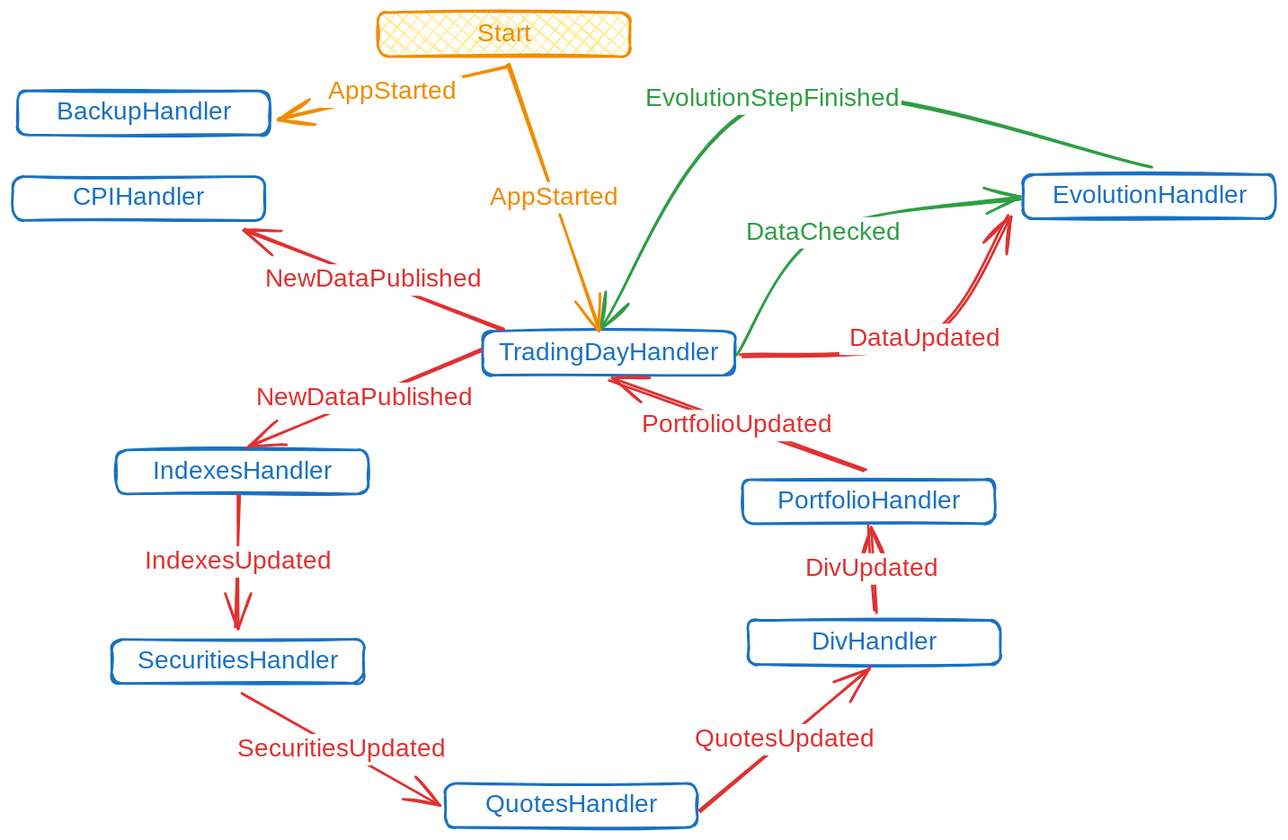
Before: docs/.excalidraw.svg, a diagram exported from Excalidraw (WLM1ke/poptimizer). Source tidied: one line per element, renumbered; positions are measured from the earlier drawing's top-left corner, leaving out a move shared by most shapes. Its diagram source:
```json
{"id": 0, "type": "rectangle", "strokeColor": "#1971c2", "strokeWidth": 2, "roughness": 1, "round": true, "x": 374, "y": 253, "width": 200, "height": 35}
{"id": 1, "type": "text", "text": "TradingDayHandler", "strokeColor": "#1971c2", "strokeWidth": 2, "roughness": 1, "fontSize": 20, "fontFamily": 1, "textAlign": "center", "verticalAlign": "middle", "inside": 0, "x": 383, "y": 258, "width": 181, "height": 25}
{"id": 2, "type": "rectangle", "strokeColor": "#1971c2", "strokeWidth": 2, "roughness": 1, "round": true, "x": 803, "y": 129, "width": 200, "height": 35}
{"id": 3, "type": "text", "text": "EvolutionHandler", "strokeColor": "#1971c2", "strokeWidth": 2, "roughness": 1, "fontSize": 20, "fontFamily": 1, "textAlign": "center", "verticalAlign": "middle", "inside": 2, "x": 825, "y": 134, "width": 158, "height": 25}
{"id": 4, "type": "arrow", "strokeColor": "#2f9e44", "strokeWidth": 2, "roughness": 1, "endArrowhead": "arrow", "round": true, "from": 0, "to": 2, "x": 577, "y": 271, "width": 223, "height": 123, "points": [[0, 0], [67, -96], [223, -123]]}
{"id": 5, "type": "text", "text": "DataChecked", "strokeColor": "#2f9e44", "strokeWidth": 2, "roughness": 1, "fontSize": 20, "fontFamily": 1, "textAlign": "center", "verticalAlign": "middle", "inside": 4, "x": 626, "y": 197, "width": 129, "height": 25}
{"id": 6, "type": "rectangle", "strokeColor": "#1971c2", "strokeWidth": 2, "roughness": 1, "round": true, "x": 0, "y": 130, "width": 200, "height": 35}
{"id": 7, "type": "text", "text": "CPIHandler", "strokeColor": "#1971c2", "strokeWidth": 2, "roughness": 1, "fontSize": 20, "fontFamily": 1, "textAlign": "center", "verticalAlign": "middle", "inside": 6, "x": 47, "y": 135, "width": 107, "height": 25}
{"id": 8, "type": "arrow", "strokeColor": "#e03131", "strokeWidth": 2, "roughness": 1, "endArrowhead": "arrow", "round": true, "from": 0, "to": 6, "x": 389, "y": 252, "width": 204, "height": 79, "points": [[0, 0], [-204, -79]]}
{"id": 9, "type": "text", "text": "NewDataPublished", "strokeColor": "#e03131", "strokeWidth": 2, "roughness": 1, "fontSize": 20, "fontFamily": 1, "textAlign": "center", "verticalAlign": "middle", "inside": 8, "x": 216, "y": 202, "width": 177, "height": 25}
{"id": 10, "type": "arrow", "strokeColor": "#e03131", "strokeWidth": 2, "roughness": 1, "endArrowhead": "arrow", "round": true, "from": 0, "to": 2, "x": 579, "y": 273, "width": 214, "height": 112, "points": [[0, 0], [147, -13], [214, -112]]}
{"id": 11, "type": "text", "text": "DataUpdated", "strokeColor": "#e03131", "strokeWidth": 2, "roughness": 1, "fontSize": 20, "fontFamily": 1, "textAlign": "center", "verticalAlign": "middle", "inside": 10, "x": 657, "y": 247, "width": 136, "height": 25}
{"id": 12, "type": "arrow", "strokeColor": "#2f9e44", "strokeWidth": 2, "roughness": 1, "endArrowhead": "arrow", "round": true, "from": 2, "to": 0, "x": 904, "y": 122, "width": 436, "height": 181, "points": [[0, 0], [-300, -53], [-436, 128]]}
{"id": 13, "type": "text", "text": "EvolutionStepFinished", "strokeColor": "#2f9e44", "strokeWidth": 2, "roughness": 1, "fontSize": 20, "fontFamily": 1, "textAlign": "center", "verticalAlign": "middle", "inside": 12, "x": 502, "y": 56, "width": 205, "height": 25}
{"id": 14, "type": "rectangle", "strokeColor": "#1971c2", "strokeWidth": 2, "roughness": 1, "round": true, "x": 82, "y": 348, "width": 200, "height": 35}
{"id": 15, "type": "text", "text": "IndexesHandler", "strokeColor": "#1971c2", "strokeWidth": 2, "roughness": 1, "fontSize": 20, "fontFamily": 1, "textAlign": "center", "verticalAlign": "middle", "inside": 14, "x": 110, "y": 353, "width": 145, "height": 25}
{"id": 16, "type": "arrow", "strokeColor": "#e03131", "strokeWidth": 2, "roughness": 1, "endArrowhead": "arrow", "round": true, "from": 0, "to": 14, "x": 372, "y": 268, "width": 186, "height": 77, "points": [[0, 0], [-186, 77]]}
{"id": 17, "type": "text", "text": "NewDataPublished", "strokeColor": "#e03131", "strokeWidth": 2, "roughness": 1, "fontSize": 20, "fontFamily": 1, "textAlign": "center", "verticalAlign": "middle", "inside": 16, "x": 191, "y": 294, "width": 177, "height": 25}
{"id": 18, "type": "rectangle", "strokeColor": "#1971c2", "strokeWidth": 2, "roughness": 1, "round": true, "x": 79, "y": 498, "width": 200, "height": 35}
{"id": 19, "type": "text", "text": "SecuritiesHandler", "strokeColor": "#1971c2", "strokeWidth": 2, "roughness": 1, "fontSize": 20, "fontFamily": 1, "textAlign": "center", "verticalAlign": "middle", "inside": 18, "x": 96, "y": 503, "width": 165, "height": 25}
{"id": 20, "type": "arrow", "strokeColor": "#e03131", "strokeWidth": 2, "roughness": 1, "endArrowhead": "arrow", "round": true, "from": 14, "to": 18, "x": 181, "y": 385, "width": 3, "height": 104, "points": [[0, 0], [-3, 104]]}
{"id": 21, "type": "text", "text": "IndexesUpdated", "strokeColor": "#e03131", "strokeWidth": 2, "roughness": 1, "fontSize": 20, "fontFamily": 1, "textAlign": "center", "verticalAlign": "middle", "inside": 20, "x": 100, "y": 424, "width": 158, "height": 25}
{"id": 22, "type": "rectangle", "strokeColor": "#1971c2", "strokeWidth": 2, "roughness": 1, "round": true, "x": 344, "y": 613, "width": 200, "height": 35}
{"id": 23, "type": "text", "text": "QuotesHandler", "strokeColor": "#1971c2", "strokeWidth": 2, "roughness": 1, "fontSize": 20, "fontFamily": 1, "textAlign": "center", "verticalAlign": "middle", "inside": 22, "x": 374, "y": 618, "width": 140, "height": 25}
{"id": 24, "type": "arrow", "strokeColor": "#e03131", "strokeWidth": 2, "roughness": 1, "endArrowhead": "arrow", "round": true, "from": 18, "to": 22, "x": 184, "y": 542, "width": 155, "height": 87, "points": [[0, 0], [155, 87]]}
{"id": 25, "type": "text", "text": "SecuritiesUpdated", "strokeColor": "#e03131", "strokeWidth": 2, "roughness": 1, "fontSize": 20, "fontFamily": 1, "textAlign": "center", "verticalAlign": "middle", "inside": 24, "x": 241, "y": 520, "width": 177, "height": 25}
{"id": 26, "type": "rectangle", "strokeColor": "#1971c2", "strokeWidth": 2, "roughness": 1, "round": true, "x": 4, "y": 62, "width": 200, "height": 35}
{"id": 27, "type": "text", "text": "BackupHandler", "strokeColor": "#1971c2", "strokeWidth": 2, "roughness": 1, "fontSize": 20, "fontFamily": 1, "textAlign": "center", "verticalAlign": "middle", "inside": 26, "x": 35, "y": 67, "width": 139, "height": 25}
{"id": 28, "type": "rectangle", "strokeColor": "#f08c00", "backgroundColor": "#ffec99", "fillStyle": "cross-hatch", "strokeWidth": 2, "roughness": 1, "round": true, "x": 290, "y": 0, "width": 200, "height": 35}
{"id": 29, "type": "text", "text": "Start", "strokeColor": "#f08c00", "strokeWidth": 2, "roughness": 1, "fontSize": 20, "fontFamily": 1, "textAlign": "center", "verticalAlign": "middle", "inside": 28, "x": 362, "y": 5, "width": 57, "height": 25}
{"id": 30, "type": "arrow", "strokeColor": "#f08c00", "strokeWidth": 2, "roughness": 1, "endArrowhead": "arrow", "round": true, "from": 28, "x": 394, "y": 41, "width": 73, "height": 212, "points": [[0, 0], [73, 212]]}
{"id": 31, "type": "text", "text": "AppStarted", "strokeColor": "#f08c00", "strokeWidth": 2, "roughness": 1, "fontSize": 20, "fontFamily": 1, "textAlign": "center", "verticalAlign": "middle", "inside": 30, "x": 374, "y": 135, "width": 112, "height": 25}
{"id": 32, "type": "arrow", "strokeColor": "#f08c00", "strokeWidth": 2, "roughness": 1, "endArrowhead": "arrow", "round": true, "from": 28, "to": 26, "x": 393, "y": 42, "width": 182, "height": 42, "points": [[0, 0], [-182, 42]]}
{"id": 33, "type": "text", "text": "AppStarted", "strokeColor": "#f08c00", "strokeWidth": 2, "roughness": 1, "fontSize": 20, "fontFamily": 1, "textAlign": "center", "verticalAlign": "middle", "inside": 32, "x": 262, "y": 47, "width": 112, "height": 25}
{"id": 34, "type": "rectangle", "strokeColor": "#1971c2", "strokeWidth": 2, "roughness": 1, "round": true, "x": 585, "y": 483, "width": 200, "height": 35}
{"id": 35, "type": "text", "text": "DivHandler", "strokeColor": "#1971c2", "strokeWidth": 2, "roughness": 1, "fontSize": 20, "fontFamily": 1, "textAlign": "center", "verticalAlign": "middle", "inside": 34, "x": 635, "y": 488, "width": 100, "height": 25}
{"id": 36, "type": "arrow", "strokeColor": "#e03131", "strokeWidth": 2, "roughness": 1, "endArrowhead": "arrow", "round": true, "from": 22, "to": 34, "x": 546, "y": 636, "width": 135, "height": 115, "points": [[0, 0], [135, -115]]}
{"id": 37, "type": "text", "text": "QuotesUpdated", "strokeColor": "#e03131", "strokeWidth": 2, "roughness": 1, "fontSize": 20, "fontFamily": 1, "textAlign": "center", "verticalAlign": "middle", "inside": 36, "x": 563, "y": 553, "width": 152, "height": 25}
{"id": 38, "type": "rectangle", "strokeColor": "#1971c2", "strokeWidth": 2, "roughness": 1, "round": true, "x": 580, "y": 372, "width": 200, "height": 35}
{"id": 39, "type": "text", "text": "PortfolioHandler", "strokeColor": "#1971c2", "strokeWidth": 2, "roughness": 1, "fontSize": 20, "fontFamily": 1, "textAlign": "center", "verticalAlign": "middle", "inside": 38, "x": 603, "y": 377, "width": 156, "height": 25}
{"id": 40, "type": "arrow", "strokeColor": "#e03131", "strokeWidth": 2, "roughness": 1, "endArrowhead": "arrow", "round": true, "from": 34, "to": 38, "x": 685, "y": 477, "width": 5, "height": 68, "points": [[0, 0], [-5, -68]]}
{"id": 41, "type": "text", "text": "DivUpdated", "strokeColor": "#e03131", "strokeWidth": 2, "roughness": 1, "fontSize": 20, "fontFamily": 1, "textAlign": "center", "verticalAlign": "middle", "inside": 40, "x": 627, "y": 430, "width": 113, "height": 25}
{"id": 42, "type": "arrow", "strokeColor": "#e03131", "strokeWidth": 2, "roughness": 1, "endArrowhead": "arrow", "round": true, "from": 38, "to": 0, "x": 677, "y": 365, "width": 202, "height": 72, "points": [[0, 0], [-202, -72]]}
{"id": 43, "type": "text", "text": "PortfolioUpdated", "strokeColor": "#e03131", "strokeWidth": 2, "roughness": 1, "fontSize": 20, "fontFamily": 1, "textAlign": "center", "verticalAlign": "middle", "inside": 42, "x": 492, "y": 316, "width": 168, "height": 25}
```
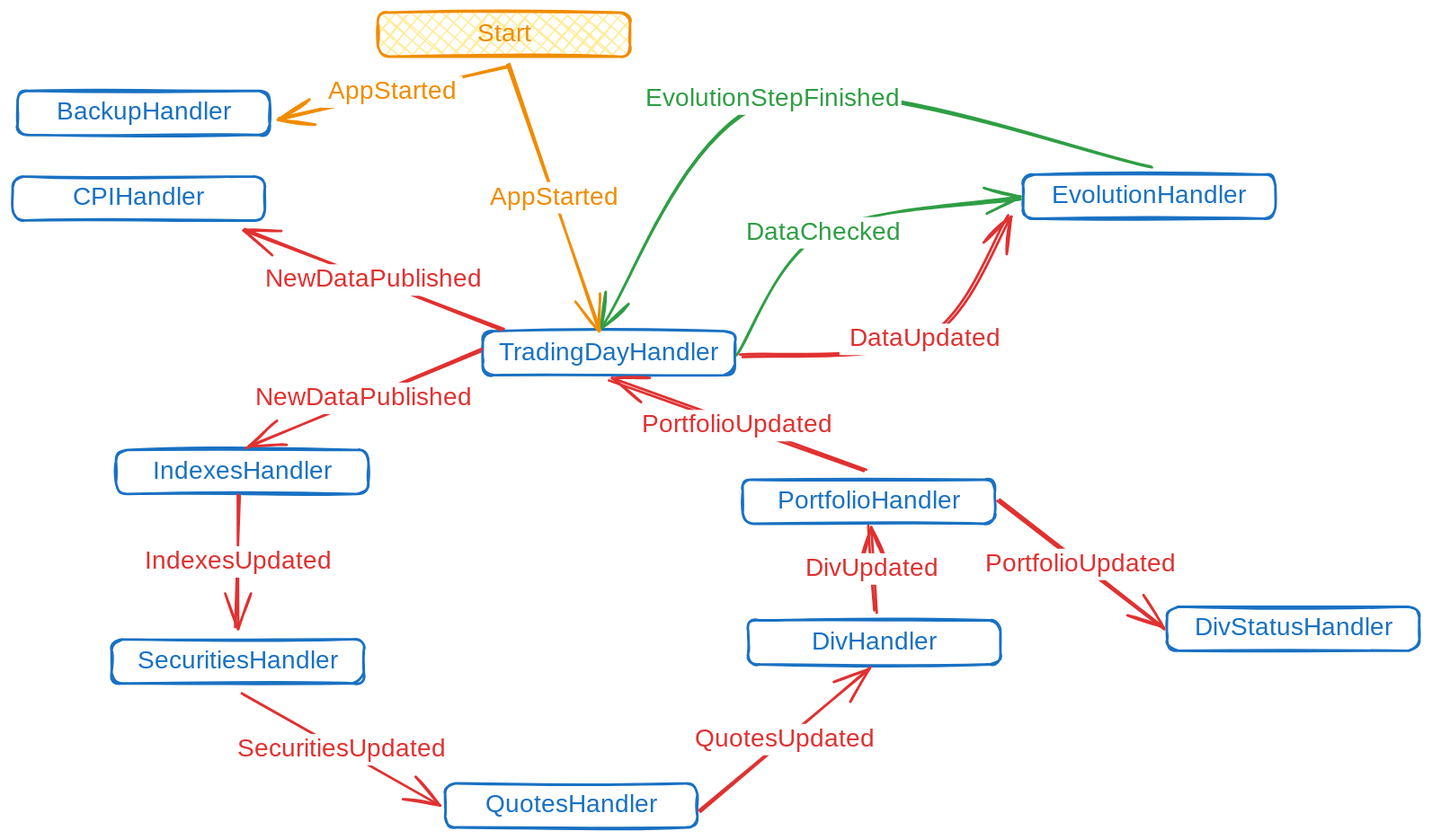
The same diagram one commit later.

What changed in the source:
```diff
@@ -42,3 +42,7 @@
 {"id": 41, "type": "text", "text": "DivUpdated", "strokeColor": "#e03131", "strokeWidth": 2, "roughness": 1, "fontSize": 20, "fontFamily": 1, "textAlign": "center", "verticalAlign": "middle", "inside": 40, "x": 627, "y": 430, "width": 113, "height": 25}
 {"id": 42, "type": "arrow", "strokeColor": "#e03131", "strokeWidth": 2, "roughness": 1, "endArrowhead": "arrow", "round": true, "from": 38, "to": 0, "x": 677, "y": 365, "width": 202, "height": 72, "points": [[0, 0], [-202, -72]]}
 {"id": 43, "type": "text", "text": "PortfolioUpdated", "strokeColor": "#e03131", "strokeWidth": 2, "roughness": 1, "fontSize": 20, "fontFamily": 1, "textAlign": "center", "verticalAlign": "middle", "inside": 42, "x": 492, "y": 316, "width": 168, "height": 25}
+{"id": 44, "type": "rectangle", "strokeColor": "#1971c2", "strokeWidth": 2, "roughness": 1, "round": true, "x": 918, "y": 473, "width": 200, "height": 35}
+{"id": 45, "type": "text", "text": "DivStatusHandler", "strokeColor": "#1971c2", "strokeWidth": 2, "roughness": 1, "fontSize": 20, "fontFamily": 1, "textAlign": "center", "verticalAlign": "middle", "inside": 44, "x": 932, "y": 478, "width": 171, "height": 25}
+{"id": 46, "type": "arrow", "strokeColor": "#e03131", "strokeWidth": 2, "roughness": 1, "endArrowhead": "arrow", "round": true, "from": 38, "to": 44, "x": 783, "y": 388, "width": 131, "height": 101, "points": [[0, 0], [131, 101]]}
+{"id": 47, "type": "text", "text": "PortfolioUpdated", "strokeColor": "#e03131", "strokeWidth": 2, "roughness": 1, "fontSize": 20, "fontFamily": 1, "textAlign": "center", "verticalAlign": "middle", "inside": 46, "x": 744, "y": 416, "width": 168, "height": 25}
```
